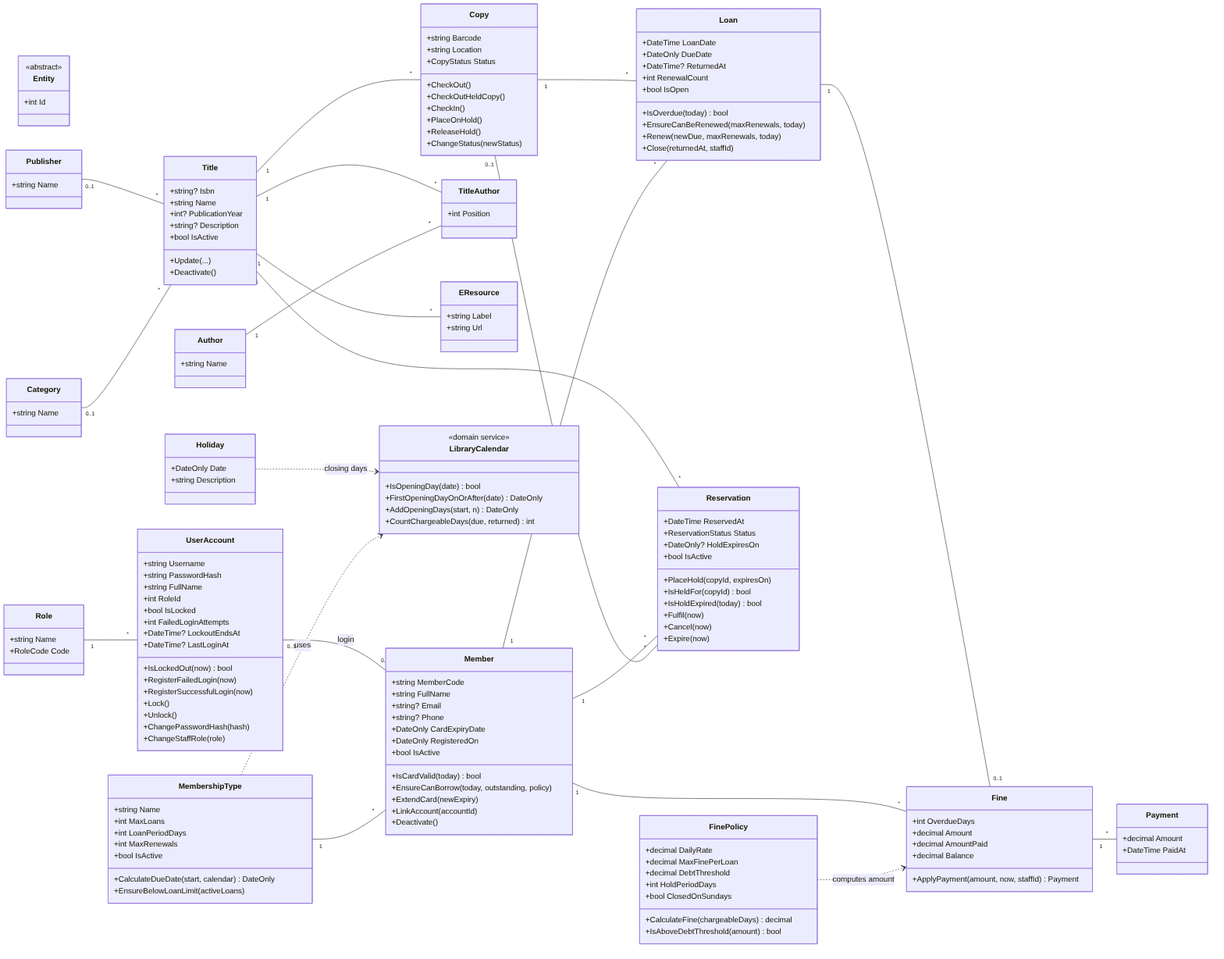
Before: docs/design/diagrams/class-diagram.png, a diagram exported from Mermaid (gthanh06/261_72ITSE41704_-2474802010463-_-LibraryProject-). Its source is kept beside it as docs/design/diagrams/class-diagram.mmd. Its diagram source:
```mermaid
classDiagram
  direction LR
  class Entity {
    <<abstract>>
    +int Id
  }
  class Role {
    +string Name
    +RoleCode Code
  }
  class UserAccount {
    +string Username
    +string PasswordHash
    +string FullName
    +int RoleId
    +bool IsLocked
    +int FailedLoginAttempts
    +DateTime? LockoutEndsAt
    +DateTime? LastLoginAt
    +IsLockedOut(now) bool
    +RegisterFailedLogin(now)
    +RegisterSuccessfulLogin(now)
    +Lock()
    +Unlock()
    +ChangePasswordHash(hash)
    +ChangeStaffRole(role)
  }
  class MembershipType {
    +string Name
    +int MaxLoans
    +int LoanPeriodDays
    +int MaxRenewals
    +bool IsActive
    +CalculateDueDate(start, calendar) DateOnly
    +EnsureBelowLoanLimit(activeLoans)
  }
  class Member {
    +string MemberCode
    +string FullName
    +string? Email
    +string? Phone
    +DateOnly CardExpiryDate
    +DateOnly RegisteredOn
    +bool IsActive
    +IsCardValid(today) bool
    +EnsureCanBorrow(today, outstanding, policy)
    +ExtendCard(newExpiry)
    +LinkAccount(accountId)
    +Deactivate()
  }
  class Title {
    +string? Isbn
    +string Name
    +int? PublicationYear
    +string? Description
    +bool IsActive
    +Update(...)
    +Deactivate()
  }
  class Author {
    +string Name
  }
  class TitleAuthor {
    +int Position
  }
  class Publisher {
    +string Name
  }
  class Category {
    +string Name
  }
  class EResource {
    +string Label
    +string Url
  }
  class Copy {
    +string Barcode
    +string Location
    +CopyStatus Status
    +CheckOut()
    +CheckOutHeldCopy()
    +CheckIn()
    +PlaceOnHold()
    +ReleaseHold()
    +ChangeStatus(newStatus)
  }
  class Loan {
    +DateTime LoanDate
    +DateOnly DueDate
    +DateTime? ReturnedAt
    +int RenewalCount
    +bool IsOpen
    +IsOverdue(today) bool
    +EnsureCanBeRenewed(maxRenewals, today)
    +Renew(newDue, maxRenewals, today)
    +Close(returnedAt, staffId)
  }
  class Reservation {
    +DateTime ReservedAt
    +ReservationStatus Status
    +DateOnly? HoldExpiresOn
    +bool IsActive
    +PlaceHold(copyId, expiresOn)
    +IsHeldFor(copyId) bool
    +IsHoldExpired(today) bool
    +Fulfil(now)
    +Cancel(now)
    +Expire(now)
  }
  class Fine {
    +int OverdueDays
    +decimal Amount
    +decimal AmountPaid
    +decimal Balance
    +ApplyPayment(amount, now, staffId) Payment
  }
  class Payment {
    +decimal Amount
    +DateTime PaidAt
  }
  class FinePolicy {
    +decimal DailyRate
    +decimal MaxFinePerLoan
    +decimal DebtThreshold
    +int HoldPeriodDays
    +bool ClosedOnSundays
    +CalculateFine(chargeableDays) decimal
    +IsAboveDebtThreshold(amount) bool
  }
  class Holiday {
    +DateOnly Date
    +string Description
  }
  class LibraryCalendar {
    <<domain service>>
    +IsOpeningDay(date) bool
    +FirstOpeningDayOnOrAfter(date) DateOnly
    +AddOpeningDays(start, n) DateOnly
    +CountChargeableDays(due, returned) int
  }
  Role "1" -- "*" UserAccount
  UserAccount "0..1" -- "0..1" Member : login
  MembershipType "1" -- "*" Member
  Title "1" -- "*" TitleAuthor
  Author "1" -- "*" TitleAuthor
  Publisher "0..1" -- "*" Title
  Category "0..1" -- "*" Title
  Title "1" -- "*" EResource
  Title "1" -- "*" Copy
  Copy "1" -- "*" Loan
  Member "1" -- "*" Loan
  Title "1" -- "*" Reservation
  Member "1" -- "*" Reservation
  Copy "0..1" -- "*" Reservation : held copy
  Loan "1" -- "0..1" Fine
  Member "1" -- "*" Fine
  Fine "1" -- "*" Payment
  FinePolicy ..> Fine : computes amount
  Holiday ..> LibraryCalendar : closing days
  MembershipType ..> LibraryCalendar : uses
```
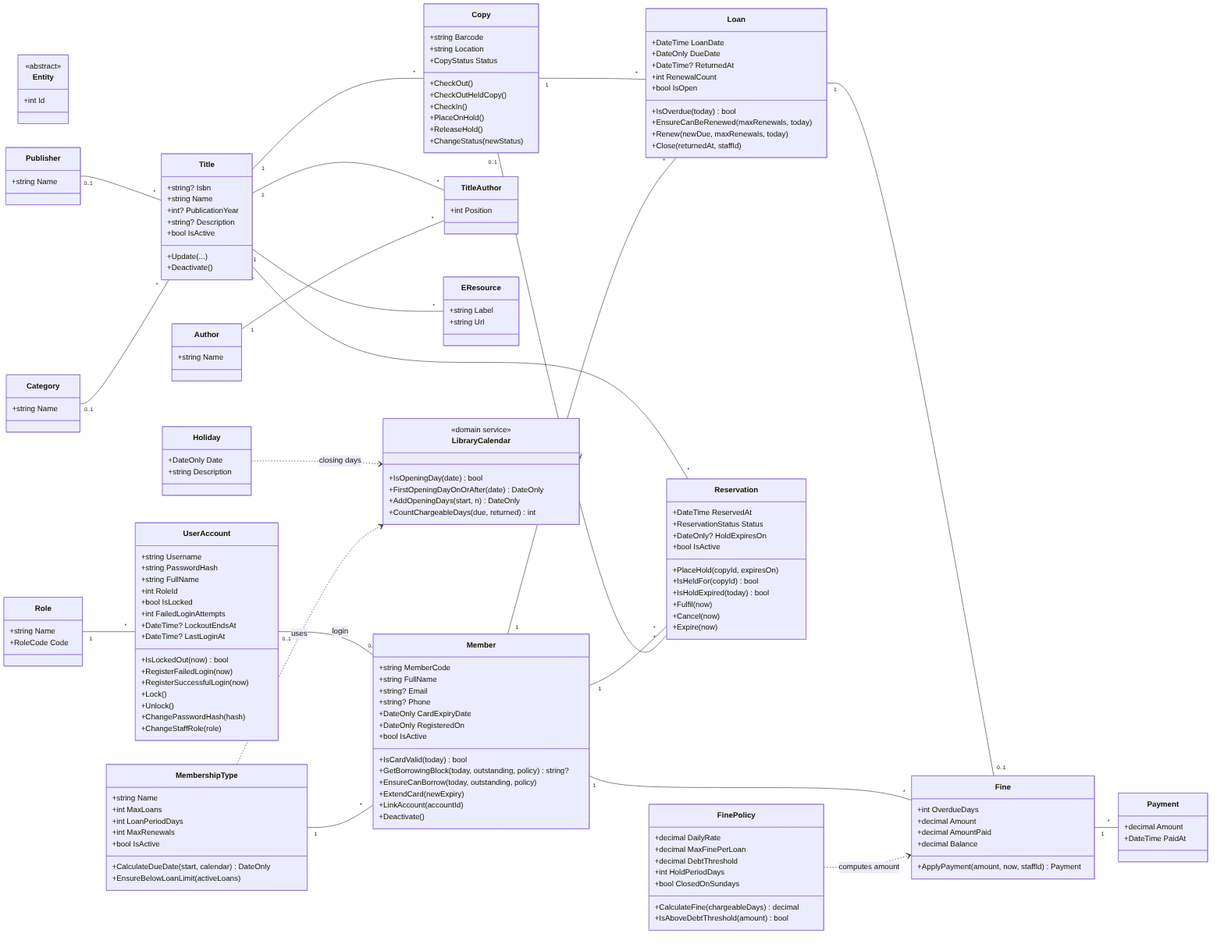
After the change.

Change to the diagram source:
```diff
@@ -43,6 +43,7 @@
     +DateOnly RegisteredOn
     +bool IsActive
     +IsCardValid(today) bool
+    +GetBorrowingBlock(today, outstanding, policy) string?
     +EnsureCanBorrow(today, outstanding, policy)
     +ExtendCard(newExpiry)
     +LinkAccount(accountId)
```
